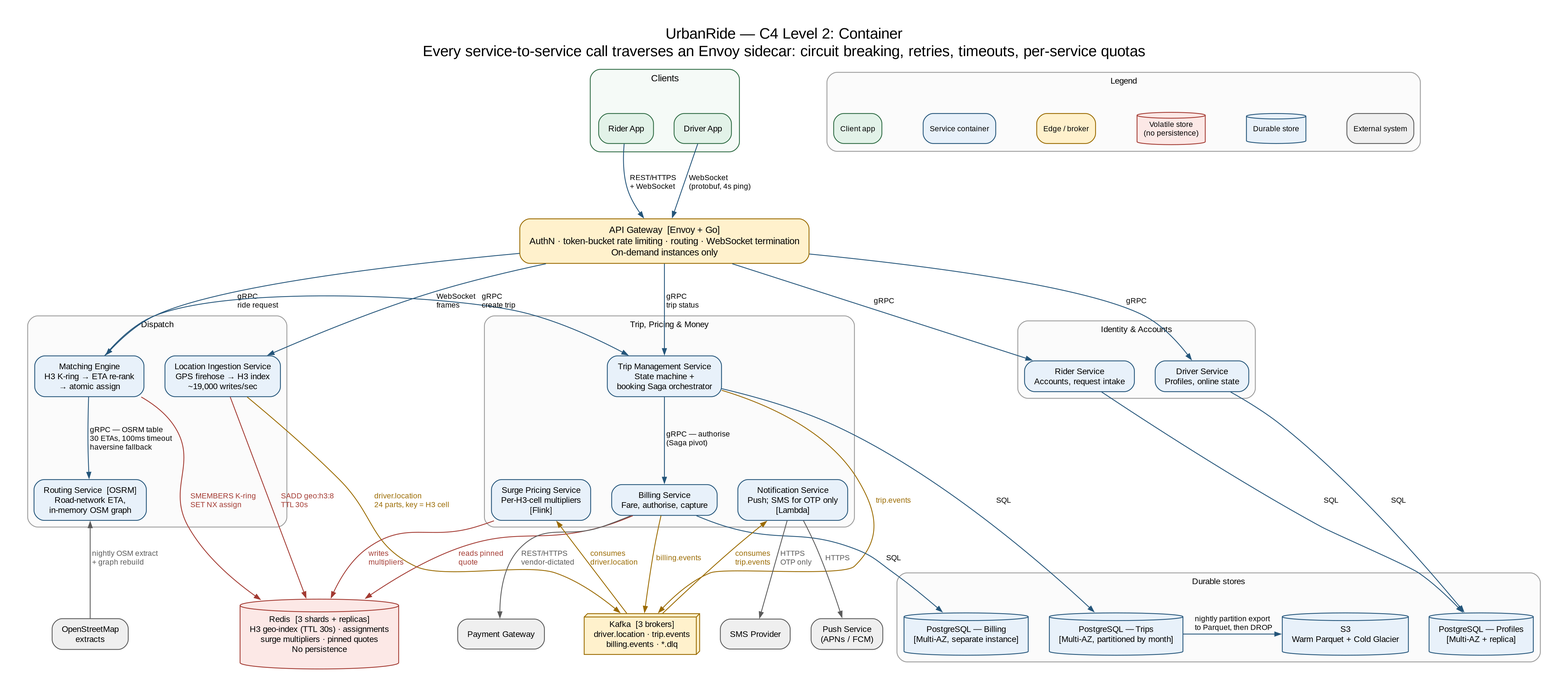
The Graphviz diagram diagrams/c4-02-container.png in RashmikaMadaela/urbanride-architecture, before a commit. Its source is kept beside it as diagrams/source/c4-02-container.dot. The source it was exported from:
```dot
digraph C4Container {
  graph [rankdir=TB, bgcolor="white", pad="0.35", nodesep="0.35", ranksep="0.95", labelloc="t",
         label="UrbanRide — C4 Level 2: Container\nEvery service-to-service call traverses an Envoy sidecar: circuit breaking, retries, timeouts, per-service quotas",
         fontname="Arial", fontsize=18, newrank=true, splines=true];
  node [shape=box, style="rounded,filled", fillcolor="#E8F1FA", color="#24557A", fontname="Arial", fontsize=10, margin="0.16,0.09"];
  edge [color="#24557A", fontname="Arial", fontsize=9, arrowsize=0.7];

  subgraph cluster_clients {
    graph [label="Clients", fontname="Arial", fontsize=11, color="#2E6B43", style="rounded", bgcolor="#F5FAF7", margin=10];
    riderapp  [label="Rider App", fillcolor="#E2F2E8", color="#2E6B43"];
    driverapp [label="Driver App", fillcolor="#E2F2E8", color="#2E6B43"];
  }

  gateway [label="API Gateway  [Envoy + Go]\nAuthN · token-bucket rate limiting · routing · WebSocket termination\nOn-demand instances only",
           fillcolor="#FFF1CC", color="#9A6A00", fontsize=11];

  subgraph cluster_accounts {
    graph [label="Identity & Accounts", fontname="Arial", fontsize=10, color="#9A9A9A", style="rounded", bgcolor="#FBFBFB", margin=8];
    rider  [label="Rider Service\nAccounts, request intake"];
    driver [label="Driver Service\nProfiles, online state"];
  }

  subgraph cluster_dispatch {
    graph [label="Dispatch", fontname="Arial", fontsize=10, color="#9A9A9A", style="rounded", bgcolor="#FBFBFB", margin=8];
    location [label="Location Ingestion Service\nGPS firehose → H3 index\n~19,000 writes/sec"];
    matching [label="Matching Engine\nH3 K-ring → ETA re-rank\n→ atomic assign"];
    routing  [label="Routing Service  [OSRM]\nRoad-network ETA,\nin-memory OSM graph"];
  }

  subgraph cluster_trip {
    graph [label="Trip, Pricing & Money", fontname="Arial", fontsize=10, color="#9A9A9A", style="rounded", bgcolor="#FBFBFB", margin=8];
    trip    [label="Trip Management Service\nState machine +\nbooking Saga orchestrator"];
    surge   [label="Surge Pricing Service\nPer-H3-cell multipliers\n[Flink]"];
    billing [label="Billing Service\nFare, authorise, capture"];
    notify  [label="Notification Service\nPush; SMS for OTP only\n[Lambda]"];
  }

  redis [label="Redis  [3 shards + replicas]\nH3 geo-index (TTL 30s) · assignments\nsurge multipliers · pinned quotes\nNo persistence", shape=cylinder, fillcolor="#FCE8E6", color="#A33A32"];
  kafka [label="Kafka  [3 brokers]\ndriver.location · trip.events\nbilling.events · *.dlq", shape=box3d, fillcolor="#FFF1CC", color="#9A6A00"];

  subgraph cluster_data {
    graph [label="Durable stores", fontname="Arial", fontsize=10, color="#9A9A9A", style="rounded", bgcolor="#FBFBFB", margin=8];
    pgprof [label="PostgreSQL — Profiles\n[Multi-AZ + replica]", shape=cylinder];
    pgtrip [label="PostgreSQL — Trips\n[Multi-AZ, partitioned by month]", shape=cylinder];
    pgbill [label="PostgreSQL — Billing\n[Multi-AZ, separate instance]", shape=cylinder];
    s3     [label="S3\nWarm Parquet + Cold Glacier", shape=cylinder];
  }

  osmx  [label="OpenStreetMap\nextracts", fillcolor="#EFEFEF", color="#5A5A5A"];
  paygw [label="Payment Gateway", fillcolor="#EFEFEF", color="#5A5A5A"];
  pushx [label="Push Service\n(APNs / FCM)", fillcolor="#EFEFEF", color="#5A5A5A"];
  smsx  [label="SMS Provider", fillcolor="#EFEFEF", color="#5A5A5A"];

  { rank=same; riderapp; driverapp; }
  { rank=same; rider; driver; location; matching; trip; }
  { rank=same; routing; surge; billing; notify; }
  { rank=same; redis; kafka; }
  { rank=same; pgprof; pgtrip; pgbill; s3; }
  { rank=same; osmx; paygw; pushx; smsx; }

  riderapp  -> gateway [label=" REST/HTTPS\l + WebSocket\l"];
  driverapp -> gateway [label=" WebSocket\l (protobuf, 4s ping)\l"];

  gateway -> rider    [label=" gRPC"];
  gateway -> driver   [label=" gRPC"];
  gateway -> location [label=" WebSocket\l frames\l"];
  gateway -> matching [label=" gRPC\l ride request\l"];
  gateway -> trip     [label=" gRPC\l trip status\l"];

  matching -> routing [label=" gRPC — OSRM table\l 30 ETAs, 100ms timeout\l haversine fallback\l"];
  matching -> trip    [label=" gRPC\l create trip\l"];
  trip     -> billing [label=" gRPC — authorise\l (Saga pivot)\l"];

  location -> redis [label=" SADD geo:h3:8\l TTL 30s\l", color="#A33A32", fontcolor="#A33A32"];
  matching -> redis [label=" SMEMBERS K-ring\l SET NX assign\l", color="#A33A32", fontcolor="#A33A32"];
  surge    -> redis [label=" writes\l multipliers\l", color="#A33A32", fontcolor="#A33A32"];
  billing  -> redis [label=" reads pinned\l quote\l", color="#A33A32", fontcolor="#A33A32"];

  location -> kafka [label=" driver.location\l 24 parts, key = H3 cell\l", color="#9A6A00", fontcolor="#9A6A00"];
  trip     -> kafka [label=" trip.events\l", color="#9A6A00", fontcolor="#9A6A00"];
  billing  -> kafka [label=" billing.events\l", color="#9A6A00", fontcolor="#9A6A00"];
  kafka    -> surge  [label=" consumes\l driver.location\l", color="#9A6A00", fontcolor="#9A6A00"];
  kafka    -> notify [label=" consumes\l trip.events\l", color="#9A6A00", fontcolor="#9A6A00"];

  rider   -> pgprof [label=" SQL"];
  driver  -> pgprof [label=" SQL"];
  trip    -> pgtrip [label=" SQL"];
  billing -> pgbill [label=" SQL"];
  pgtrip  -> s3     [label=" nightly partition export\l to Parquet, then DROP\l"];

  osmx    -> routing [label=" nightly OSM extract\l + graph rebuild\l", color="#5A5A5A", fontcolor="#5A5A5A"];
  billing -> paygw   [label=" REST/HTTPS\l vendor-dictated\l", color="#5A5A5A", fontcolor="#5A5A5A"];
  notify  -> pushx   [label=" HTTPS", color="#5A5A5A", fontcolor="#5A5A5A"];
  notify  -> smsx    [label=" HTTPS\l OTP only\l", color="#5A5A5A", fontcolor="#5A5A5A"];

  subgraph cluster_legend {
    graph [label="Legend", fontname="Arial", fontsize=10, color="#9A9A9A", style="rounded", bgcolor="#FBFBFB", margin=8];
    node [fontsize=9, margin="0.11,0.05"];
    lg_cli  [label="Client app", fillcolor="#E2F2E8", color="#2E6B43"];
    lg_svc  [label="Service container"];
    lg_edge [label="Edge / broker", fillcolor="#FFF1CC", color="#9A6A00"];
    lg_vol  [label="Volatile store\n(no persistence)", fillcolor="#FCE8E6", color="#A33A32", shape=cylinder];
    lg_dur  [label="Durable store", shape=cylinder];
    lg_ext  [label="External system", fillcolor="#EFEFEF", color="#5A5A5A"];
    lg_cli -> lg_svc -> lg_edge -> lg_vol -> lg_dur -> lg_ext [style=invis];
    { rank=same; lg_cli; lg_svc; lg_edge; lg_vol; lg_dur; lg_ext; }
  }
}
```
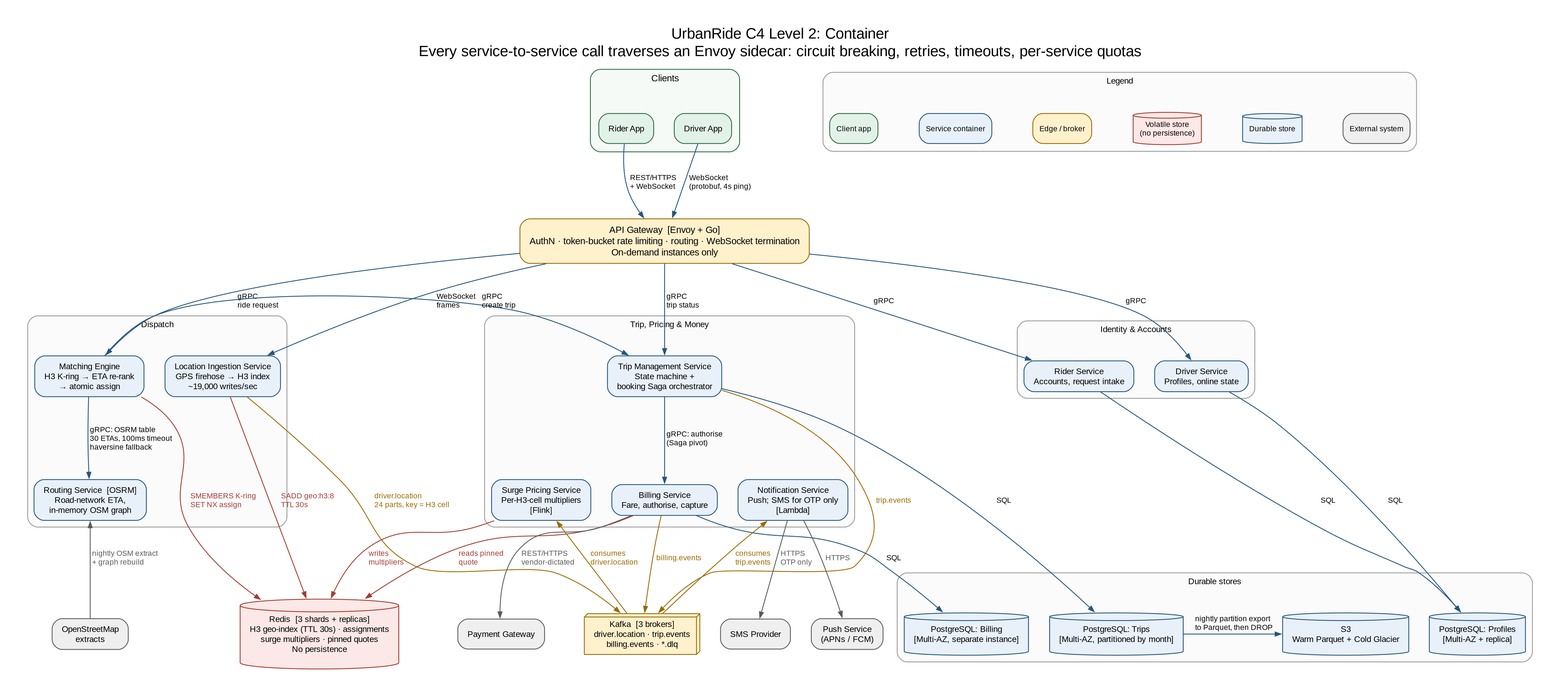
Later version of the same file.

The edit, as a diff of the source:
```diff
@@ -1,6 +1,6 @@
 digraph C4Container {
   graph [rankdir=TB, bgcolor="white", pad="0.35", nodesep="0.35", ranksep="0.95", labelloc="t",
-         label="UrbanRide — C4 Level 2: Container\nEvery service-to-service call traverses an Envoy sidecar: circuit breaking, retries, timeouts, per-service quotas",
+         label="UrbanRide C4 Level 2: Container\nEvery service-to-service call traverses an Envoy sidecar: circuit breaking, retries, timeouts, per-service quotas",
          fontname="Arial", fontsize=18, newrank=true, splines=true];
   node [shape=box, style="rounded,filled", fillcolor="#E8F1FA", color="#24557A", fontname="Arial", fontsize=10, margin="0.16,0.09"];
   edge [color="#24557A", fontname="Arial", fontsize=9, arrowsize=0.7];
@@ -40,9 +40,9 @@
 
   subgraph cluster_data {
     graph [label="Durable stores", fontname="Arial", fontsize=10, color="#9A9A9A", style="rounded", bgcolor="#FBFBFB", margin=8];
-    pgprof [label="PostgreSQL — Profiles\n[Multi-AZ + replica]", shape=cylinder];
-    pgtrip [label="PostgreSQL — Trips\n[Multi-AZ, partitioned by month]", shape=cylinder];
-    pgbill [label="PostgreSQL — Billing\n[Multi-AZ, separate instance]", shape=cylinder];
+    pgprof [label="PostgreSQL: Profiles\n[Multi-AZ + replica]", shape=cylinder];
+    pgtrip [label="PostgreSQL: Trips\n[Multi-AZ, partitioned by month]", shape=cylinder];
+    pgbill [label="PostgreSQL: Billing\n[Multi-AZ, separate instance]", shape=cylinder];
     s3     [label="S3\nWarm Parquet + Cold Glacier", shape=cylinder];
   }
 
@@ -67,9 +67,9 @@
   gateway -> matching [label=" gRPC\l ride request\l"];
   gateway -> trip     [label=" gRPC\l trip status\l"];
 
-  matching -> routing [label=" gRPC — OSRM table\l 30 ETAs, 100ms timeout\l haversine fallback\l"];
+  matching -> routing [label=" gRPC: OSRM table\l 30 ETAs, 100ms timeout\l haversine fallback\l"];
   matching -> trip    [label=" gRPC\l create trip\l"];
-  trip     -> billing [label=" gRPC — authorise\l (Saga pivot)\l"];
+  trip     -> billing [label=" gRPC: authorise\l (Saga pivot)\l"];
 
   location -> redis [label=" SADD geo:h3:8\l TTL 30s\l", color="#A33A32", fontcolor="#A33A32"];
   matching -> redis [label=" SMEMBERS K-ring\l SET NX assign\l", color="#A33A32", fontcolor="#A33A32"];
```
